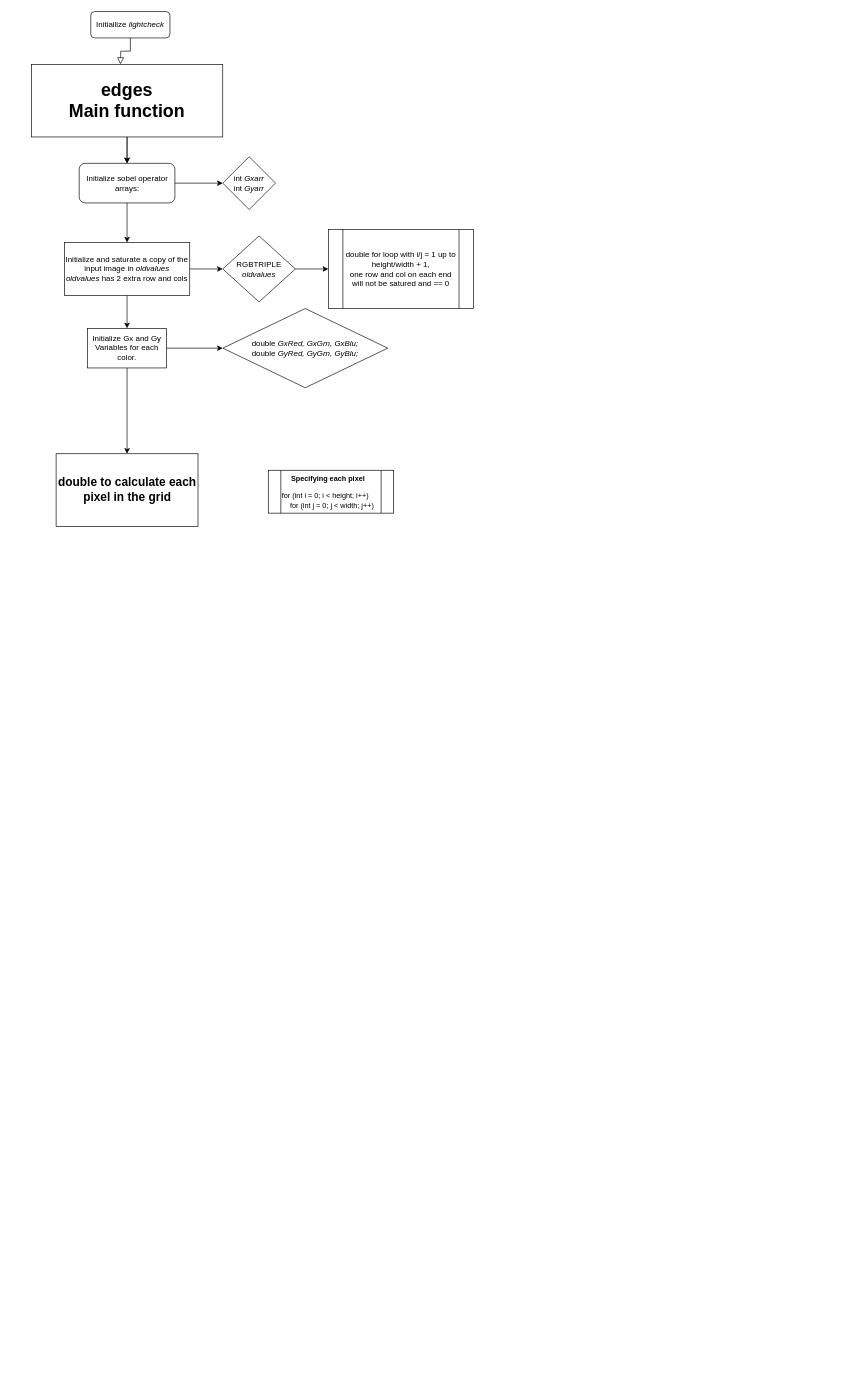
This is Realrainbow/Untitled Diagram.drawio from Lampuuuu/Rainbow, a draw.io file, before an edit. Source tidied: cells renumbered, new cells numbered last; positions are measured from the earlier drawing's top-left corner, leaving out a move shared by most shapes. Both pictures are drawn from the tidied source at 66%, with x=0, y=0 at pixel (31, 11).
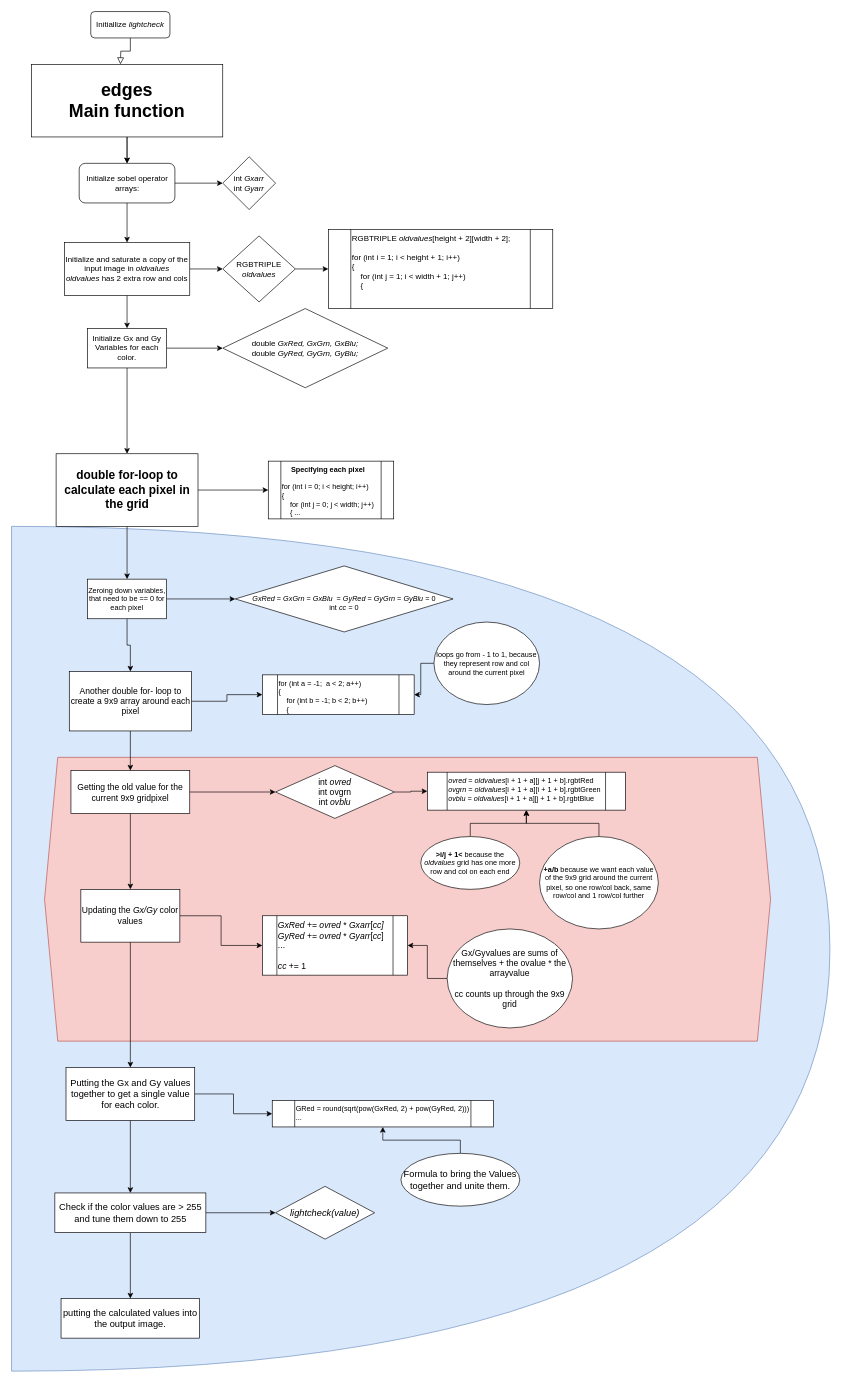
After the change.

Change to the diagram source:
```diff
@@
+    <mxCell id="23" style="shape=or;whiteSpace=wrap;html=1;fontSize=14;align=center;labelBackgroundColor=none;labelBorderColor=none;noLabel=1;fillColor=#dae8fc;strokeColor=#6c8ebf;" parent="1" vertex="1">
+      <mxGeometry x="-30" y="780" width="1240" height="1280" as="geometry" />
+    </mxCell>
+    <mxCell id="24" style="shape=hexagon;perimeter=hexagonPerimeter2;whiteSpace=wrap;html=1;fixedSize=1;fontSize=14;align=center;fillColor=#f8cecc;strokeColor=#b85450;" parent="1" vertex="1">
+      <mxGeometry x="20" y="1130" width="1100" height="430" as="geometry" />
+    </mxCell>
@@
-    <mxCell id="16" value="double for loop with i/j = 1 up to height/width + 1,&lt;br&gt;one row and col on each end will not be satured and == 0" style="shape=process;whiteSpace=wrap;html=1;backgroundOutline=1;fontSize=12;" parent="1" vertex="1">
-      <mxGeometry x="450" y="330" width="220" height="120" as="geometry" />
+    <mxCell id="16" value="RGBTRIPLE &lt;i&gt;oldvalues&lt;/i&gt;[height + 2][width + 2];&lt;br&gt;&lt;br&gt;for (int i = 1; i &amp;lt; height + 1; i++)&lt;br&gt;{&lt;br&gt;&amp;nbsp; &amp;nbsp; for (int j = 1; i &amp;lt; width + 1; j++)&lt;br&gt;&amp;nbsp; &amp;nbsp; {" style="shape=process;whiteSpace=wrap;html=1;backgroundOutline=1;fontSize=12;align=left;verticalAlign=top;" parent="1" vertex="1">
+      <mxGeometry x="450" y="330" width="340" height="120" as="geometry" />
     </mxCell>
@@
+    <mxCell id="25" style="edgeStyle=orthogonalEdgeStyle;rounded=0;jettySize=auto;html=1;fontSize=11;" parent="1" edge="1" source="21" target="22">
+      <mxGeometry relative="1" as="geometry" />
+    </mxCell>
+    <mxCell id="26" style="edgeStyle=orthogonalEdgeStyle;rounded=0;jettySize=auto;html=1;fontSize=11;" parent="1" edge="1" source="21" target="29">
+      <mxGeometry relative="1" as="geometry" />
+    </mxCell>
-    <mxCell id="21" value="double to calculate each pixel in the grid" style="rounded=0;whiteSpace=wrap;html=1;fontSize=18;fontStyle=1;" parent="1" vertex="1">
+    <mxCell id="21" value="double for-loop to calculate each pixel in the grid" style="rounded=0;whiteSpace=wrap;html=1;fontSize=18;fontStyle=1;" parent="1" vertex="1">
       <mxGeometry x="37.5" y="670" width="215" height="110" as="geometry" />
     </mxCell>
-    <mxCell id="22" value="&lt;div style=&quot;text-align: center&quot;&gt;&lt;b&gt;Specifying each pixel&lt;/b&gt;&lt;/div&gt;&lt;br&gt;for (int i = 0; i &amp;lt; height; i++)&lt;br&gt;&amp;nbsp; &amp;nbsp; for (int j = 0; j &amp;lt; width; j++)" style="shape=process;whiteSpace=wrap;html=1;backgroundOutline=1;fontSize=11;align=left;verticalAlign=top;" parent="1" vertex="1">
-      <mxGeometry x="359" y="695" width="190" height="65" as="geometry" />
+    <mxCell id="22" value="&lt;div style=&quot;text-align: center&quot;&gt;&lt;b&gt;Specifying each pixel&lt;/b&gt;&lt;/div&gt;&lt;br&gt;for (int i = 0; i &amp;lt; height; i++)&lt;br&gt;{&lt;br&gt;&amp;nbsp; &amp;nbsp; for (int j = 0; j &amp;lt; width; j++)&lt;br&gt;&amp;nbsp; &amp;nbsp; { ..." style="shape=process;whiteSpace=wrap;html=1;backgroundOutline=1;fontSize=11;align=left;verticalAlign=top;" parent="1" vertex="1">
+      <mxGeometry x="359" y="681.2" width="190" height="87.5" as="geometry" />
     </mxCell>
+    <mxCell id="27" style="edgeStyle=orthogonalEdgeStyle;rounded=0;jettySize=auto;html=1;fontSize=11;" parent="1" edge="1" source="29" target="30">
+      <mxGeometry relative="1" as="geometry" />
+    </mxCell>
+    <mxCell id="28" style="edgeStyle=orthogonalEdgeStyle;rounded=0;jettySize=auto;html=1;fontSize=13;" parent="1" edge="1" source="29" target="33">
+      <mxGeometry relative="1" as="geometry" />
+    </mxCell>
+    <mxCell id="29" value="Zeroing down variables, that need to be == 0 for each pixel" style="rounded=0;whiteSpace=wrap;html=1;fontSize=11;align=center;" parent="1" vertex="1">
+      <mxGeometry x="85" y="860" width="120" height="60" as="geometry" />
+    </mxCell>
+    <mxCell id="30" value="&lt;br&gt;GxRed &lt;span style=&quot;font-style: normal&quot;&gt;= &lt;/span&gt;GxGrn &lt;span style=&quot;font-style: normal&quot;&gt;= &lt;/span&gt;GxBlu&amp;nbsp;&lt;span style=&quot;font-style: normal&quot;&gt;&amp;nbsp;= &lt;/span&gt;GyRed &lt;span style=&quot;font-style: normal&quot;&gt;= &lt;/span&gt;GyGrn &lt;span style=&quot;font-style: normal&quot;&gt;= &lt;/span&gt;GyBlu &lt;span style=&quot;font-style: normal&quot;&gt;= 0&lt;br&gt;int &lt;/span&gt;cc = &lt;span style=&quot;font-style: normal&quot;&gt;0&lt;/span&gt;" style="rhombus;whiteSpace=wrap;html=1;fontSize=11;align=center;fontStyle=2;verticalAlign=middle;" parent="1" vertex="1">
+      <mxGeometry x="309" y="840" width="330" height="100" as="geometry" />
+    </mxCell>
+    <mxCell id="31" style="edgeStyle=orthogonalEdgeStyle;rounded=0;jettySize=auto;html=1;fontSize=13;" parent="1" edge="1" source="33" target="34">
+      <mxGeometry relative="1" as="geometry" />
+    </mxCell>
+    <mxCell id="32" style="edgeStyle=orthogonalEdgeStyle;rounded=0;jettySize=auto;html=1;fontSize=11;" parent="1" edge="1" source="33" target="39">
+      <mxGeometry relative="1" as="geometry" />
+    </mxCell>
+    <mxCell id="33" value="Another double for- loop to create a 9x9 array around each pixel" style="rounded=0;whiteSpace=wrap;html=1;fontSize=13;align=center;" parent="1" vertex="1">
+      <mxGeometry x="57.5" y="1000" width="185" height="90" as="geometry" />
+    </mxCell>
+    <mxCell id="34" value="for (int a = -1;&amp;nbsp; a &amp;lt; 2; a++)&lt;br&gt;{&lt;br&gt;&amp;nbsp; &amp;nbsp; for (int b = -1; b &amp;lt; 2; b++)&lt;br&gt;&amp;nbsp; &amp;nbsp; {" style="shape=process;whiteSpace=wrap;html=1;backgroundOutline=1;rounded=0;fontSize=11;align=left;verticalAlign=top;" parent="1" vertex="1">
+      <mxGeometry x="350" y="1005" width="230" height="60" as="geometry" />
+    </mxCell>
+    <mxCell id="35" style="edgeStyle=orthogonalEdgeStyle;rounded=0;jettySize=auto;html=1;fontSize=11;" parent="1" edge="1" source="36" target="34">
+      <mxGeometry relative="1" as="geometry" />
+    </mxCell>
+    <mxCell id="36" value="loops go from - 1 to 1, because they represent row and col around the current pixel&lt;br&gt;" style="ellipse;whiteSpace=wrap;html=1;fontSize=11;align=center;" parent="1" vertex="1">
+      <mxGeometry x="610" y="925" width="160" height="125" as="geometry" />
+    </mxCell>
+    <mxCell id="37" style="edgeStyle=orthogonalEdgeStyle;rounded=0;jettySize=auto;html=1;fontSize=11;" parent="1" edge="1" source="39" target="41">
+      <mxGeometry relative="1" as="geometry" />
+    </mxCell>
+    <mxCell id="38" style="edgeStyle=orthogonalEdgeStyle;rounded=0;jettySize=auto;html=1;fontSize=13;" parent="1" edge="1" source="39" target="49">
+      <mxGeometry relative="1" as="geometry" />
+    </mxCell>
+    <mxCell id="39" value="Getting the old value for the current 9x9 gridpixel" style="whiteSpace=wrap;html=1;rounded=0;fontSize=13;" parent="1" vertex="1">
+      <mxGeometry x="60" y="1150" width="180" height="65" as="geometry" />
+    </mxCell>
+    <mxCell id="40" style="edgeStyle=orthogonalEdgeStyle;rounded=0;jettySize=auto;html=1;fontSize=11;" parent="1" edge="1" source="41" target="42">
+      <mxGeometry relative="1" as="geometry" />
+    </mxCell>
+    <mxCell id="41" value="int &lt;i&gt;ovred&lt;/i&gt;&lt;br&gt;int ovgrn&lt;br&gt;int &lt;i&gt;ovblu&lt;/i&gt;" style="rhombus;whiteSpace=wrap;html=1;rounded=0;fontSize=13;" parent="1" vertex="1">
+      <mxGeometry x="370" y="1142.5" width="180" height="80" as="geometry" />
+    </mxCell>
+    <mxCell id="42" value="&lt;i&gt;ovred &lt;/i&gt;= &lt;i&gt;oldvalues&lt;/i&gt;[i + 1 + a][j + 1 + b].rgbtRed&lt;br&gt;&lt;i&gt;ovgrn &lt;/i&gt;= &lt;i&gt;oldvalues&lt;/i&gt;[i + 1 + a][i + 1 + b].rgbtGreen&lt;br&gt;&lt;i&gt;ovblu = oldvalues&lt;/i&gt;[i + 1 + a][j + 1 + b].rgbtBlue&lt;br&gt;" style="shape=process;whiteSpace=wrap;html=1;backgroundOutline=1;fontSize=11;align=left;verticalAlign=top;" parent="1" vertex="1">
+      <mxGeometry x="600" y="1152.5" width="300" height="57.5" as="geometry" />
+    </mxCell>
+    <mxCell id="43" style="edgeStyle=orthogonalEdgeStyle;rounded=0;jettySize=auto;html=1;fontSize=11;" parent="1" edge="1" source="44" target="42">
+      <mxGeometry relative="1" as="geometry" />
+    </mxCell>
+    <mxCell id="44" value="&lt;b&gt;&amp;gt;i/j + 1&amp;lt; &lt;/b&gt;because the &lt;i&gt;oldvalues&lt;/i&gt;&amp;nbsp;grid has one more row and col on each end" style="ellipse;whiteSpace=wrap;html=1;fontSize=11;align=center;" parent="1" vertex="1">
+      <mxGeometry x="590" y="1250" width="150" height="80" as="geometry" />
+    </mxCell>
+    <mxCell id="45" style="edgeStyle=orthogonalEdgeStyle;rounded=0;jettySize=auto;html=1;fontSize=11;" parent="1" edge="1" source="46" target="42">
+      <mxGeometry relative="1" as="geometry" />
+    </mxCell>
+    <mxCell id="46" value="+a/b &lt;span style=&quot;font-weight: normal&quot;&gt;because we want each value of the 9x9 grid around the current pixel, so one row/col back, same row/col and 1 row/col further&lt;/span&gt;" style="ellipse;whiteSpace=wrap;html=1;fontSize=11;align=center;fontStyle=1;" parent="1" vertex="1">
+      <mxGeometry x="770" y="1250" width="180" height="140" as="geometry" />
+    </mxCell>
+    <mxCell id="47" style="edgeStyle=orthogonalEdgeStyle;rounded=0;jettySize=auto;html=1;fontSize=13;" parent="1" edge="1" source="49" target="51">
+      <mxGeometry relative="1" as="geometry" />
+    </mxCell>
+    <mxCell id="48" style="edgeStyle=orthogonalEdgeStyle;rounded=0;jettySize=auto;html=1;fontSize=13;" parent="1" edge="1" source="49" target="55">
+      <mxGeometry relative="1" as="geometry" />
+    </mxCell>
+    <mxCell id="49" value="Updating the &lt;i style=&quot;font-size: 13px;&quot;&gt;Gx/Gy &lt;/i&gt;color values" style="rounded=0;whiteSpace=wrap;html=1;fontSize=13;align=center;" parent="1" vertex="1">
+      <mxGeometry x="75" y="1330" width="150" height="80" as="geometry" />
+    </mxCell>
+    <mxCell id="50" style="edgeStyle=orthogonalEdgeStyle;rounded=0;jettySize=auto;html=1;fontSize=13;" parent="1" edge="1" source="52" target="51">
+      <mxGeometry relative="1" as="geometry" />
+    </mxCell>
+    <mxCell id="51" value="&lt;i&gt;GxRed&lt;/i&gt;&amp;nbsp;+= &lt;i&gt;ovred &lt;/i&gt;* &lt;i&gt;Gxarr&lt;/i&gt;[&lt;i&gt;cc]&lt;br&gt;&lt;/i&gt;&lt;i&gt;GyRed &lt;/i&gt;+=&amp;nbsp;&lt;i&gt;ovred &lt;/i&gt;* &lt;i&gt;Gyarr&lt;/i&gt;[&lt;i&gt;cc&lt;/i&gt;]&lt;br&gt;...&lt;br&gt;&lt;br&gt;&lt;i&gt;cc &lt;/i&gt;+= 1" style="shape=process;whiteSpace=wrap;html=1;backgroundOutline=1;rounded=0;fontSize=13;align=left;verticalAlign=top;" parent="1" vertex="1">
+      <mxGeometry x="350" y="1370" width="220" height="90" as="geometry" />
+    </mxCell>
+    <mxCell id="52" value="Gx/Gyvalues are sums of themselves + the ovalue * the arrayvalue&lt;br&gt;&lt;br&gt;cc counts up through the 9x9 grid" style="ellipse;whiteSpace=wrap;html=1;fontSize=13;align=center;" parent="1" vertex="1">
+      <mxGeometry x="630" y="1390" width="190" height="150" as="geometry" />
+    </mxCell>
+    <mxCell id="53" style="edgeStyle=orthogonalEdgeStyle;rounded=0;jettySize=auto;html=1;fontSize=14;" parent="1" edge="1" source="55" target="57">
+      <mxGeometry relative="1" as="geometry" />
+    </mxCell>
+    <mxCell id="54" style="edgeStyle=orthogonalEdgeStyle;rounded=0;jettySize=auto;html=1;fontSize=14;" parent="1" edge="1" source="55" target="61">
+      <mxGeometry relative="1" as="geometry" />
+    </mxCell>
+    <mxCell id="55" value="Putting the Gx and Gy values together to get a single value for each color." style="whiteSpace=wrap;html=1;rounded=0;fontSize=14;" parent="1" vertex="1">
+      <mxGeometry x="52.5" y="1600" width="195" height="80" as="geometry" />
+    </mxCell>
+    <mxCell id="56" style="edgeStyle=orthogonalEdgeStyle;rounded=0;jettySize=auto;html=1;fontSize=11;" parent="1" edge="1" source="58" target="57">
+      <mxGeometry relative="1" as="geometry" />
+    </mxCell>
+    <mxCell id="57" value="GRed = round(sqrt(pow(GxRed, 2) + pow(GyRed, 2)))&lt;br&gt;..." style="shape=process;whiteSpace=wrap;html=1;backgroundOutline=1;rounded=0;fontSize=11;align=left;verticalAlign=top;" parent="1" vertex="1">
+      <mxGeometry x="365" y="1650" width="335" height="40" as="geometry" />
+    </mxCell>
+    <mxCell id="58" value="Formula to bring the Values together and unite them." style="ellipse;whiteSpace=wrap;html=1;rounded=0;fontSize=14;align=center;verticalAlign=middle;" parent="1" vertex="1">
+      <mxGeometry x="560" y="1730" width="180" height="80" as="geometry" />
+    </mxCell>
+    <mxCell id="59" style="edgeStyle=orthogonalEdgeStyle;rounded=0;jettySize=auto;html=1;fontSize=14;" parent="1" edge="1" source="61" target="62">
+      <mxGeometry relative="1" as="geometry" />
+    </mxCell>
+    <mxCell id="60" style="edgeStyle=orthogonalEdgeStyle;rounded=0;jettySize=auto;html=1;fontSize=14;" parent="1" edge="1" source="61" target="63">
+      <mxGeometry relative="1" as="geometry" />
+    </mxCell>
+    <mxCell id="61" value="Check if the color values are &amp;gt; 255 and tune them down to 255" style="whiteSpace=wrap;html=1;rounded=0;fontSize=14;" parent="1" vertex="1">
+      <mxGeometry x="35.6" y="1790" width="228.8" height="60" as="geometry" />
+    </mxCell>
+    <mxCell id="62" value="lightcheck(value)" style="rhombus;whiteSpace=wrap;html=1;rounded=0;fontSize=14;fontStyle=2;" parent="1" vertex="1">
+      <mxGeometry x="370" y="1780" width="150" height="80" as="geometry" />
+    </mxCell>
+    <mxCell id="63" value="putting the calculated values into the output image." style="whiteSpace=wrap;html=1;rounded=0;fontSize=14;" parent="1" vertex="1">
+      <mxGeometry x="45" y="1950" width="210" height="60" as="geometry" />
+    </mxCell>
```
